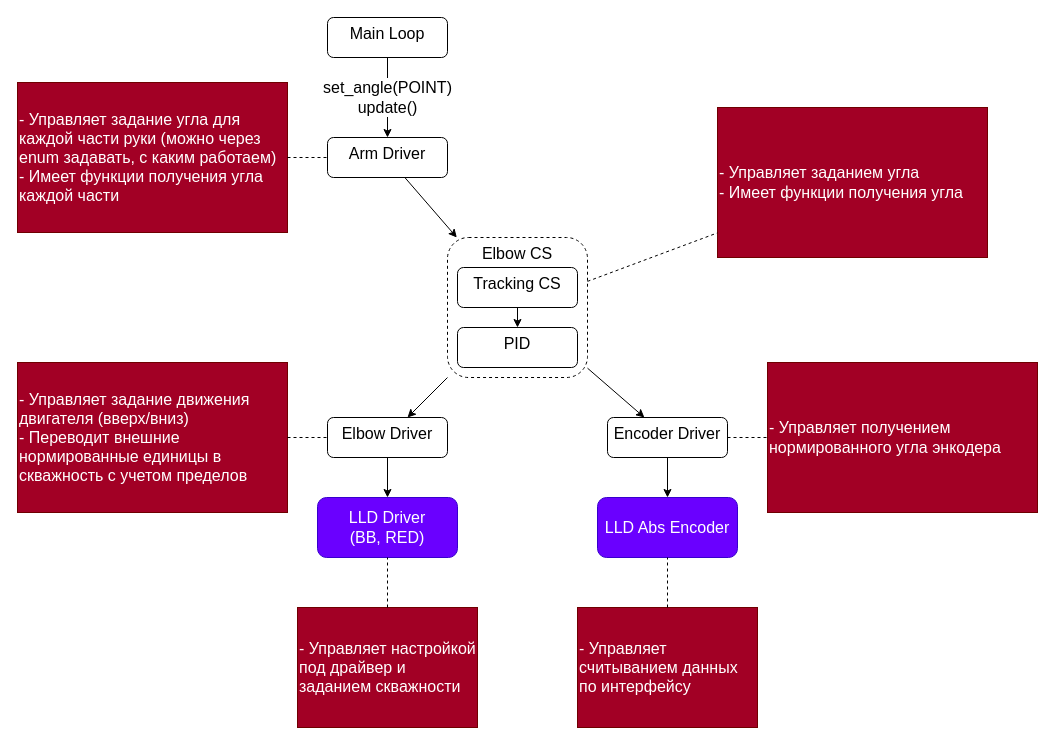
Above: docs/arm_arch.drawio in lsd-maddrive/mishanya-bot-project (draw.io), before the change. Source tidied: cells renumbered, new cells numbered last; positions are measured from the earlier drawing's top-left corner, leaving out a move shared by most shapes. Both pictures are drawn from the tidied source at 100%, with x=0, y=0 at pixel (17, 17).
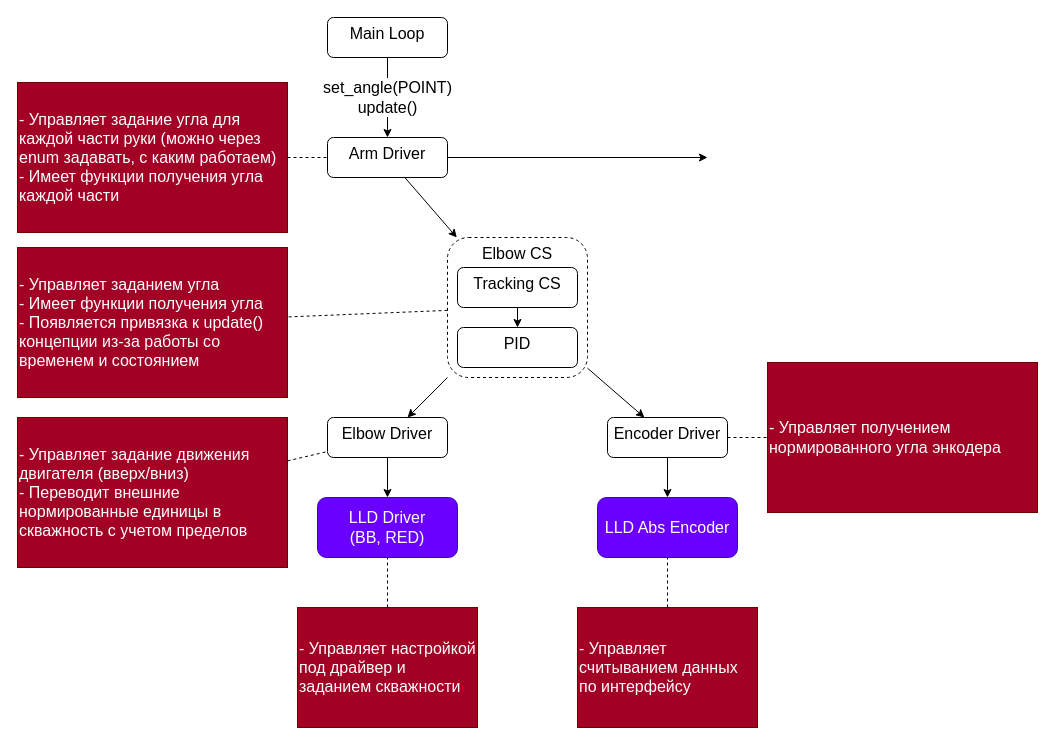
The same page after the edit.

Unchanged cells that the change refers to:
```xml
<mxCell id="5" value="Arm Driver" style="rounded=1;whiteSpace=wrap;html=1;fontSize=16;verticalAlign=top;" parent="1" vertex="1">
  <mxGeometry x="310" y="120" width="120" height="40" as="geometry" />
</mxCell>
```

Diff of the diagram source:
```diff
@@
     <mxCell id="6" value="- Управляет задание движения двигателя (вверх/вниз)&lt;br&gt;- Переводит внешние нормированные единицы в скважность с учетом пределов" style="rounded=0;whiteSpace=wrap;html=1;fontSize=16;fillColor=#a20025;fontColor=#ffffff;strokeColor=#6F0000;align=left;" parent="1" vertex="1">
-      <mxGeometry y="345" width="270" height="150" as="geometry" />
+      <mxGeometry y="400" width="270" height="150" as="geometry" />
     </mxCell>
@@
-    <mxCell id="29" value="- Управляет заданием угла&lt;br&gt;- Имеет функции получения угла" style="rounded=0;whiteSpace=wrap;html=1;fontSize=16;fillColor=#a20025;fontColor=#ffffff;strokeColor=#6F0000;align=left;" parent="1" vertex="1">
-      <mxGeometry x="700" y="90" width="270" height="150" as="geometry" />
+    <mxCell id="29" value="- Управляет заданием угла&lt;br&gt;- Имеет функции получения угла&lt;br&gt;- Появляется привязка к update() концепции из-за работы со временем и состоянием" style="rounded=0;whiteSpace=wrap;html=1;fontSize=16;fillColor=#a20025;fontColor=#ffffff;strokeColor=#6F0000;align=left;" parent="1" vertex="1">
+      <mxGeometry y="230" width="270" height="150" as="geometry" />
     </mxCell>
@@
+    <mxCell id="31" style="edgeStyle=none;html=1;fontSize=16;" parent="1" edge="1" source="5">
+      <mxGeometry relative="1" as="geometry">
+        <mxPoint x="690" y="140" as="targetPoint" />
+      </mxGeometry>
+    </mxCell>
```
